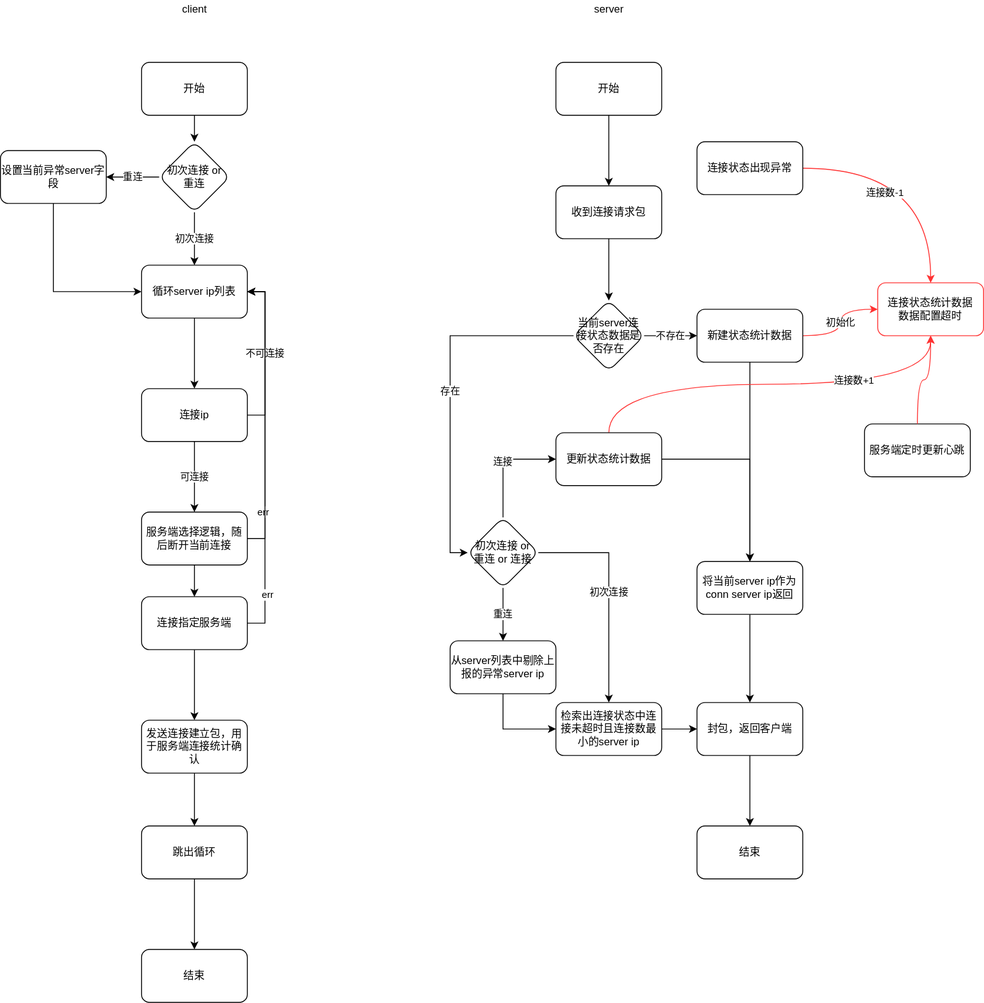
The draw.io diagram tc_客户端连接服务端逻辑图.svg in c17abab/diag_pics, before a commit. Source tidied: cells renumbered, new cells last; positions are measured from the earlier drawing's top-left corner, leaving out a move shared by most shapes.
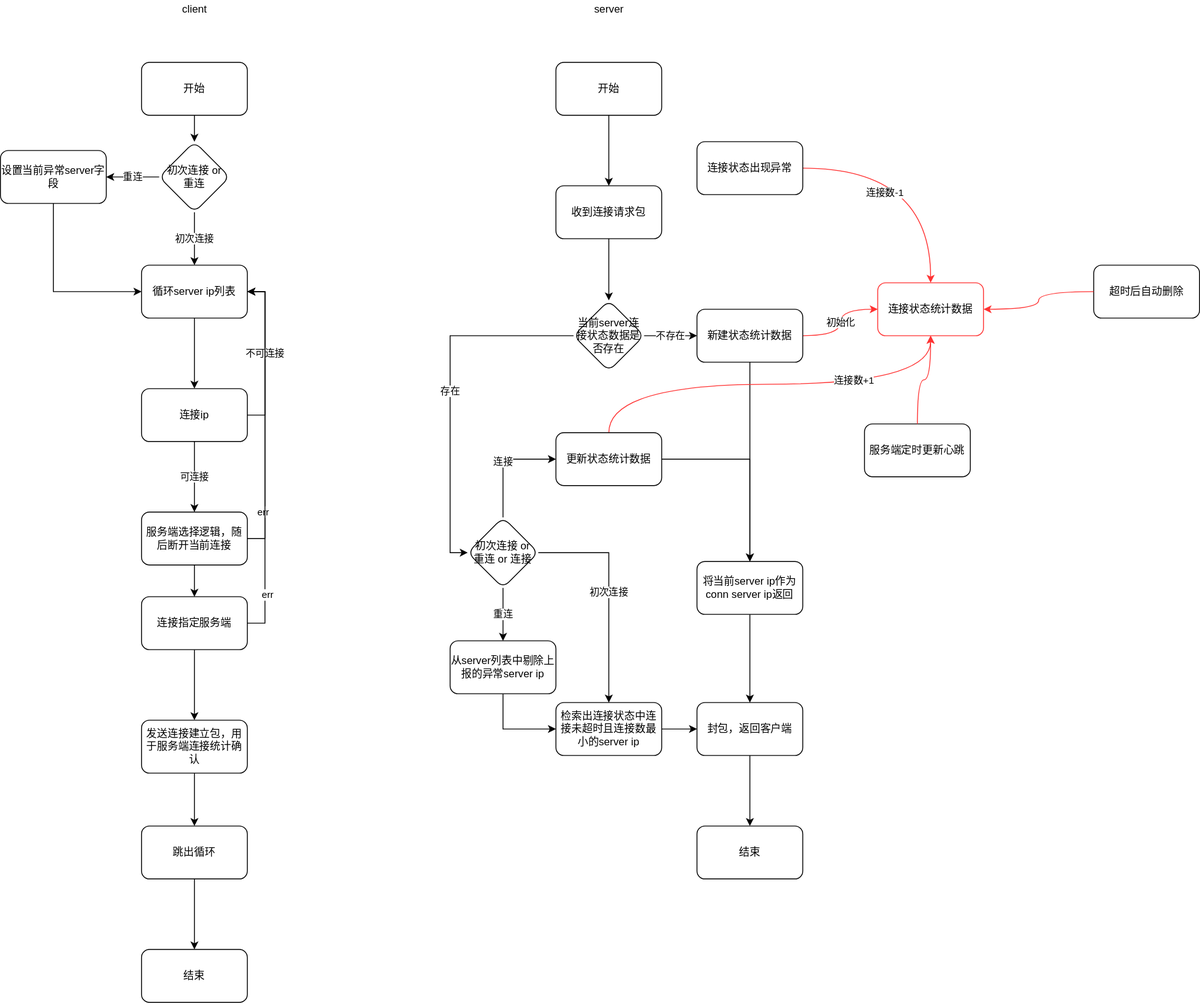
The same file after the commit.

Commit message:
更新tc_客户端连接服务端逻辑图.svg

Change to the diagram source:
```diff
@@ -196,7 +196,7 @@
     <mxCell id="58" value="连接状态出现异常" style="whiteSpace=wrap;html=1;rounded=1;" parent="1" vertex="1">
       <mxGeometry x="790" y="160" width="120" height="60" as="geometry" />
     </mxCell>
-    <mxCell id="59" value="连接状态统计数据&lt;br&gt;数据配置超时" style="whiteSpace=wrap;html=1;rounded=1;strokeColor=#FF3333;" parent="1" vertex="1">
+    <mxCell id="59" value="连接状态统计数据" style="whiteSpace=wrap;html=1;rounded=1;strokeColor=#FF3333;" parent="1" vertex="1">
       <mxGeometry x="995" y="320" width="120" height="60" as="geometry" />
     </mxCell>
     <mxCell id="60" value="服务端定时更新心跳" style="whiteSpace=wrap;html=1;rounded=1;" parent="1" vertex="1">
@@ -207,5 +207,13 @@
         <mxPoint x="1055" y="380" as="targetPoint" />
       </mxGeometry>
     </mxCell>
+    <mxCell id="62" value="超时后自动删除" style="whiteSpace=wrap;html=1;rounded=1;" parent="1" vertex="1">
+      <mxGeometry x="1240" y="300" width="120" height="60" as="geometry" />
+    </mxCell>
+    <mxCell id="63" style="edgeStyle=orthogonalEdgeStyle;curved=1;rounded=0;jettySize=auto;html=1;strokeColor=#FF3333;" parent="1" edge="1" source="62">
+      <mxGeometry relative="1" as="geometry">
+        <mxPoint x="1115" y="350" as="targetPoint" />
+      </mxGeometry>
+    </mxCell>
   </root>
 </mxGraphModel>
```
